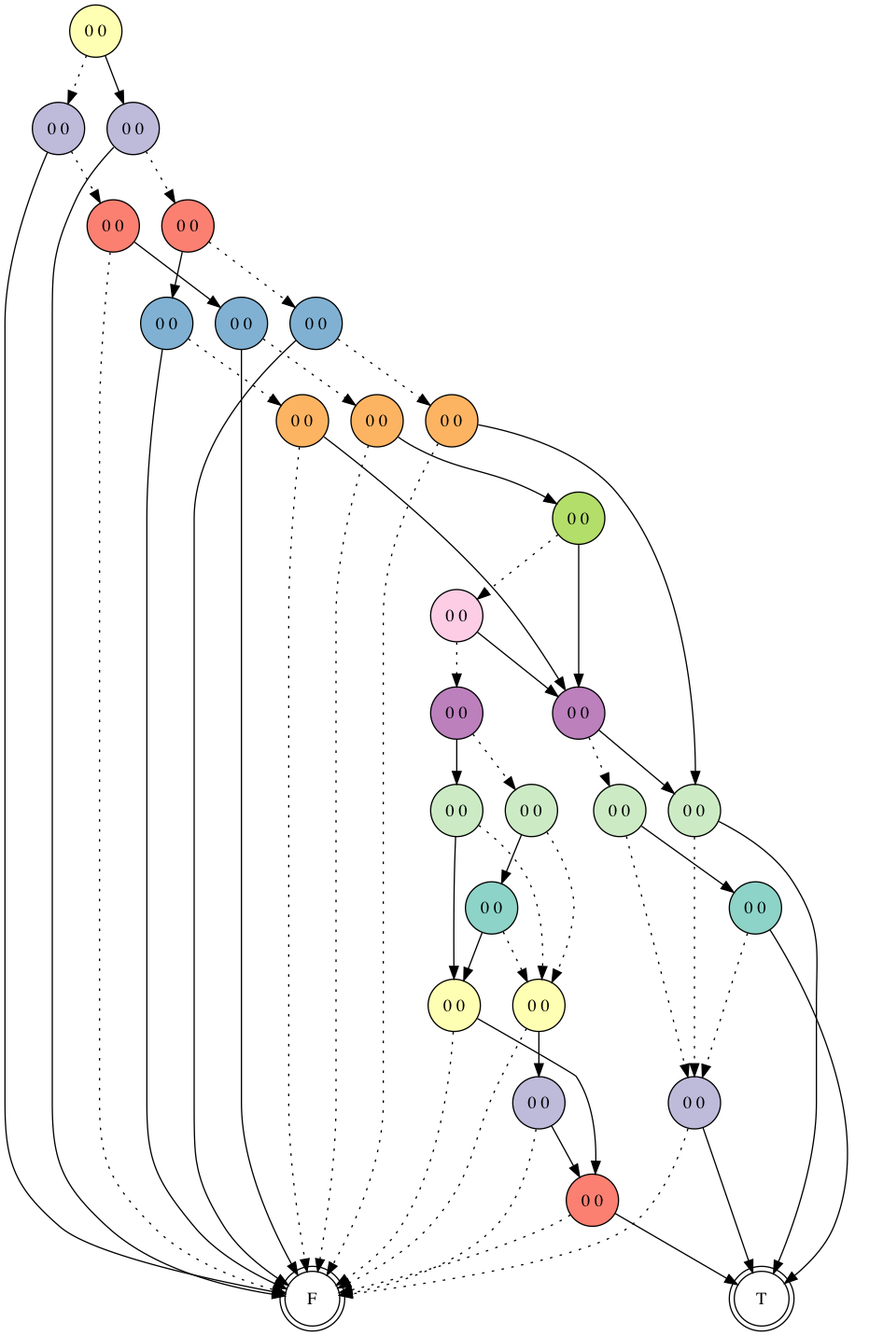
Before: OCaml/test.png, a diagram exported from Graphviz (Bluescreen-Muc/BddApprox). Its source is kept beside it as OCaml/test.dot.
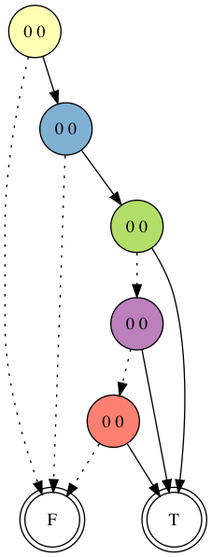
The same file after the commit.

What changed in the source:
```diff
@@ -1,126 +1,114 @@
 digraph "" {
-	node [colorscheme=set312,
+		node [colorscheme=set312,
 		label="\N",
 		shape=circle,
 		style=filled
-	];
+		];
 {
 graph [rank=same];
-660092	[fillcolor=2, label="0 0", rank=1];
+437105	[fillcolor=2, label="0 0", rank=1];
 }
 {
 graph [rank=same];
-660091	[fillcolor=3, label="0 0", rank=2];
-660077	[fillcolor=3, label="0 0", rank=2];
+437104	[fillcolor=5, label="0 0", rank=2];
 }
 {
 graph [rank=same];
-660090	[fillcolor=4, label="0 0", rank=3];
-660076	[fillcolor=4, label="0 0", rank=3];
+437103	[fillcolor=7, label="0 0", rank=3];
 }
 {
 graph [rank=same];
-660073	[fillcolor=5, label="0 0", rank=4];
-660075	[fillcolor=5, label="0 0", rank=4];
-660089	[fillcolor=5, label="0 0", rank=4];
+437102	[fillcolor=8, label="0 0", rank=4];
 }
 {
 graph [rank=same];
-660072	[fillcolor=6, label="0 0", rank=5];
-660088	[fillcolor=6, label="0 0", rank=5];
-660074	[fillcolor=6, label="0 0", rank=5];
+437101	[fillcolor=9, label="0 0", rank=5];
+437095	[fillcolor=9, label="0 0", rank=5];
 }
 {
 graph [rank=same];
-660087	[fillcolor=7, label="0 0", rank=6];
+437098	[fillcolor=10, label="0 0", rank=6];
+437094	[fillcolor=10, label="0 0", rank=6];
+437088	[fillcolor=10, label="0 0", rank=6];
 }
 {
 graph [rank=same];
-660086	[fillcolor=8, label="0 0", rank=7];
+437087	[fillcolor=11, label="0 0", rank=7];
+437093	[fillcolor=11, label="0 0", rank=7];
+437097	[fillcolor=11, label="0 0", rank=7];
+437100	[fillcolor=11, label="0 0", rank=7];
 }
 {
 graph [rank=same];
-660071	[fillcolor=10, label="0 0", rank=8];
-660085	[fillcolor=10, label="0 0", rank=8];
+437091	[fillcolor=1, label="0 0", rank=8];
+437099	[fillcolor=1, label="0 0", rank=8];
+437092	[fillcolor=1, label="0 0", rank=8];
+437085	[fillcolor=1, label="0 0", rank=8];
+437086	[fillcolor=1, label="0 0", rank=8];
+437096	[fillcolor=1, label="0 0", rank=8];
 }
 {
 graph [rank=same];
-660070	[fillcolor=11, label="0 0", rank=9];
-660068	[fillcolor=11, label="0 0", rank=9];
-660084	[fillcolor=11, label="0 0", rank=9];
-660082	[fillcolor=11, label="0 0", rank=9];
+437090	[fillcolor=3, label="0 0", rank=9];
+437084	[fillcolor=3, label="0 0", rank=9];
 }
 {
 graph [rank=same];
-660083	[fillcolor=1, label="0 0", rank=10];
-660069	[fillcolor=1, label="0 0", rank=10];
+437083	[fillcolor=4, label="0 0", rank=10];
+437089	[fillcolor=4, label="0 0", rank=10];
 }
 {
 graph [rank=same];
-660079	[fillcolor=2, label="0 0", rank=11];
-660081	[fillcolor=2, label="0 0", rank=11];
-}
-{
-graph [rank=same];
-660080	[fillcolor=3, label="0 0", rank=12];
-660067	[fillcolor=3, label="0 0", rank=12];
-}
-{
-graph [rank=same];
-660078	[fillcolor=4, label="0 0", rank=13];
+437082	[fillcolor=5, label="0 0", rank=11];
 }
 0	 [fillcolor=White, label=F, rank=None, shape=doublecircle];
 1	 [fillcolor=White, label=T, rank=None, shape=doublecircle];
-660077 -> 660076 		[style=dotted];
-660077 -> 0
-660081 -> 0 		[style=dotted];
-660081 -> 660080
-660069 -> 660067 		[style=dotted];
-660069 -> 1
-660085 -> 660084 		[style=dotted];
-660085 -> 660082
-660082 -> 660081 		[style=dotted];
-660082 -> 660079
-660076 -> 660075 		[style=dotted];
-660076 -> 660073
-660067 -> 0 		[style=dotted];
-660067 -> 1
-660089 -> 660088 		[style=dotted];
-660089 -> 0
-660090 -> 0 		[style=dotted];
-660090 -> 660089
-660074 -> 0 		[style=dotted];
-660074 -> 660068
-660071 -> 660070 		[style=dotted];
-660071 -> 660068
-660075 -> 660074 		[style=dotted];
-660075 -> 0
-660078 -> 0 		[style=dotted];
-660078 -> 1
-660086 -> 660085 		[style=dotted];
-660086 -> 660071
-660079 -> 0 		[style=dotted];
-660079 -> 660078
-660088 -> 0 		[style=dotted];
-660088 -> 660087
-660084 -> 660081 		[style=dotted];
-660084 -> 660083
-660072 -> 0 		[style=dotted];
-660072 -> 660071
-660068 -> 660067 		[style=dotted];
-660068 -> 1
-660091 -> 660090 		[style=dotted];
-660091 -> 0
-660070 -> 660067 		[style=dotted];
-660070 -> 660069
-660083 -> 660081 		[style=dotted];
-660083 -> 660079
-660073 -> 660072 		[style=dotted];
-660073 -> 0
-660087 -> 660086 		[style=dotted];
-660087 -> 660071
-660080 -> 0 		[style=dotted];
-660080 -> 660078
-660092 -> 660091 		[style=dotted];
-660092 -> 660077
+437096 -> 437084 		[style=dotted];
+437096 -> 437082
+437088 -> 437087 		[style=dotted];
+437088 -> 1
+437100 -> 0 		[style=dotted];
+437100 -> 437099
+437094 -> 437093 		[style=dotted];
+437094 -> 1
+437103 -> 1 		[style=dotted];
+437103 -> 437102
+437086 -> 437082 		[style=dotted];
+437086 -> 1
+437097 -> 437082 		[style=dotted];
+437097 -> 437096
+437089 -> 1 		[style=dotted];
+437089 -> 0
+437102 -> 437101 		[style=dotted];
+437102 -> 437095
+437084 -> 1 		[style=dotted];
+437084 -> 437083
+437082 -> 0 		[style=dotted];
+437082 -> 1
+437104 -> 437103 		[style=dotted];
+437104 -> 1
+437093 -> 437092 		[style=dotted];
+437093 -> 437091
+437090 -> 1 		[style=dotted];
+437090 -> 437089
+437087 -> 437086 		[style=dotted];
+437087 -> 437085
+437085 -> 437084 		[style=dotted];
+437085 -> 1
+437098 -> 437097 		[style=dotted];
+437098 -> 1
+437092 -> 0 		[style=dotted];
+437092 -> 1
+437099 -> 437090 		[style=dotted];
+437099 -> 0
+437095 -> 437094 		[style=dotted];
+437095 -> 437088
+437091 -> 437090 		[style=dotted];
+437091 -> 1
+437105 -> 437104 		[style=dotted];
+437105 -> 1
+437101 -> 437100 		[style=dotted];
+437101 -> 437098
+437083 -> 1 		[style=dotted];
+437083 -> 437082
 }
```
